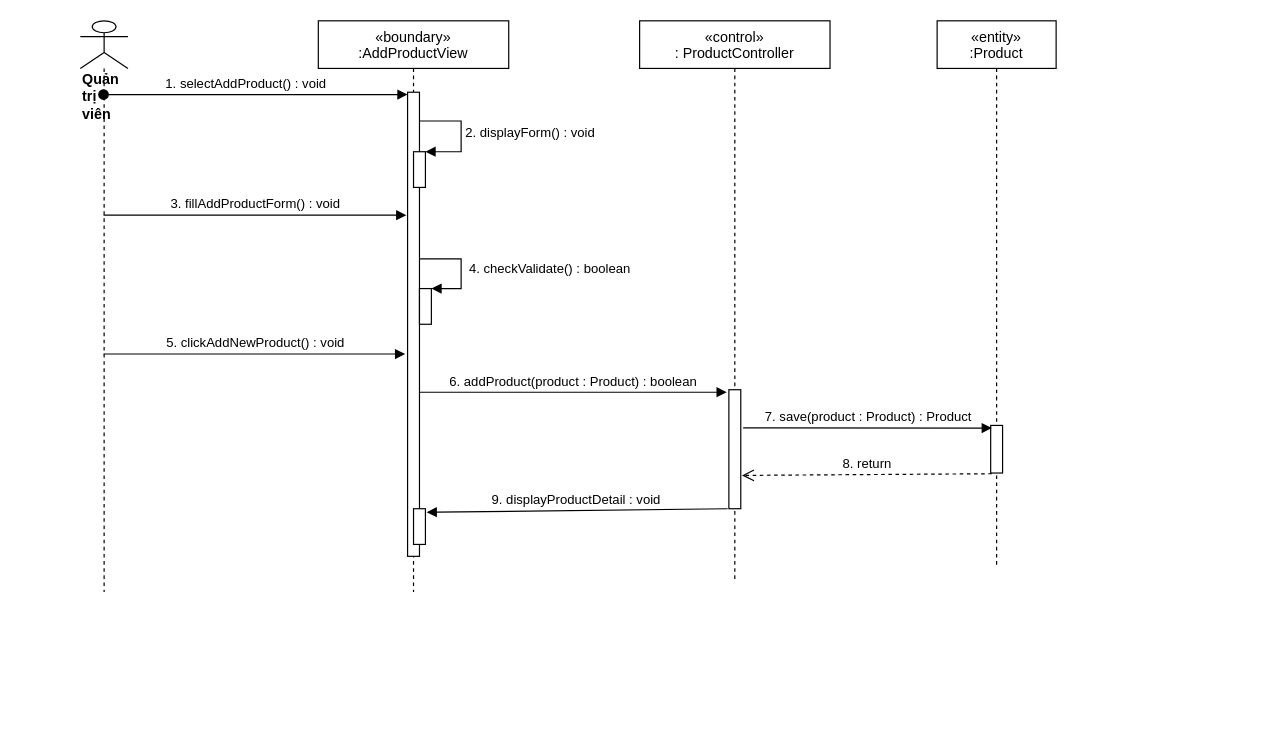
Before: sequence diagram/add-newProduct-sequence.drawio in nguyenphamvan/datn_20202, a draw.io diagram. Source tidied: cells renumbered, new cells numbered last; positions are measured from the earlier drawing's top-left corner, leaving out a move shared by most shapes. Both pictures are drawn from the tidied source at 119%, with x=0, y=0 at pixel (80, 20).
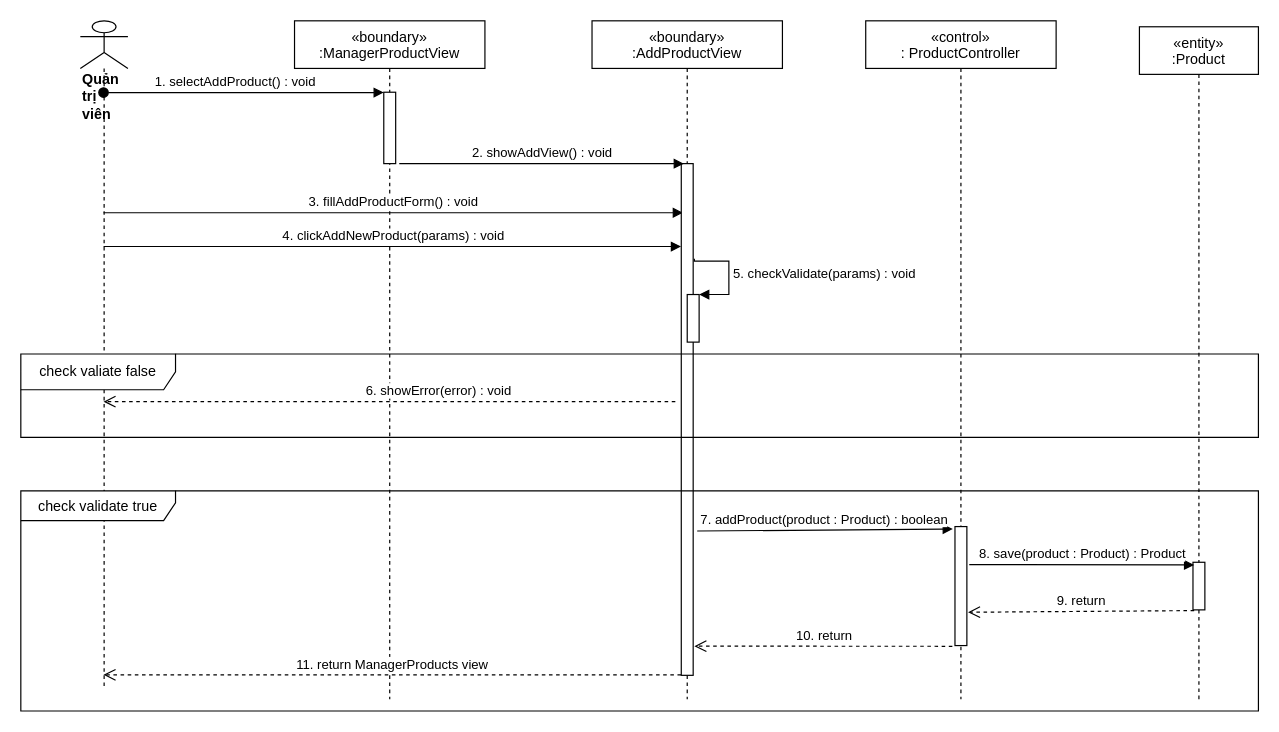
After the change.

The edit, as a diff of the source:
```diff
@@
-    <mxCell id="2" value="«boundary»&#10;:AddProductView" style="shape=umlLifeline;perimeter=lifelinePerimeter;rounded=0;shadow=0;strokeWidth=1;" parent="1" vertex="1">
-      <mxGeometry x="200" width="160" height="480" as="geometry" />
+    <mxCell id="2" value="«boundary»&#10;:ManagerProductView" style="shape=umlLifeline;perimeter=lifelinePerimeter;rounded=0;shadow=0;strokeWidth=1;" parent="1" vertex="1">
+      <mxGeometry x="180" width="160" height="570" as="geometry" />
     </mxCell>
     <mxCell id="3" style="points=[];perimeter=orthogonalPerimeter;rounded=0;shadow=0;strokeWidth=1;" parent="2" vertex="1">
-      <mxGeometry x="75" y="60" width="10" height="390" as="geometry" />
+      <mxGeometry x="75" y="60" width="10" height="60" as="geometry" />
     </mxCell>
     <mxCell id="4" value="«control»&#10;: ProductController" style="shape=umlLifeline;perimeter=lifelinePerimeter;rounded=0;shadow=0;strokeWidth=1;" parent="1" vertex="1">
-      <mxGeometry x="470" width="160" height="470" as="geometry" />
+      <mxGeometry x="660" width="160" height="570" as="geometry" />
     </mxCell>
     <mxCell id="5" value="&lt;div&gt;&lt;b&gt;Quản trị viên&lt;/b&gt;&lt;/div&gt;" style="shape=umlLifeline;participant=umlActor;perimeter=lifelinePerimeter;whiteSpace=wrap;html=1;verticalAlign=top;spacingTop=36;outlineConnect=0;align=left;size=40;" parent="1" vertex="1">
-      <mxGeometry width="40" height="480" as="geometry" />
+      <mxGeometry width="40" height="560" as="geometry" />
     </mxCell>
@@
-    <mxCell id="7" value="9. displayProductDetail : void" style="verticalAlign=bottom;endArrow=block;shadow=0;strokeWidth=1;exitX=-0.1;exitY=1;exitDx=0;exitDy=0;exitPerimeter=0;entryX=1.1;entryY=0.1;entryDx=0;entryDy=0;entryPerimeter=0;" parent="1" edge="1" source="16" target="18">
-      <mxGeometry relative="1" as="geometry" />
-    </mxCell>
     <mxCell id="8" value="«entity»&#10;:Product" style="shape=umlLifeline;perimeter=lifelinePerimeter;rounded=0;shadow=0;strokeWidth=1;" parent="1" vertex="1">
-      <mxGeometry x="720" width="100" height="460" as="geometry" />
+      <mxGeometry x="890" y="5" width="100" height="565" as="geometry" />
     </mxCell>
     <mxCell id="9" style="points=[];perimeter=orthogonalPerimeter;rounded=0;shadow=0;strokeWidth=1;" parent="8" vertex="1">
-      <mxGeometry x="45" y="340" width="10" height="40" as="geometry" />
+      <mxGeometry x="45" y="450" width="10" height="40" as="geometry" />
     </mxCell>
-    <mxCell id="10" value="7. save(product : Product) : Product" style="html=1;verticalAlign=bottom;endArrow=block;entryX=0.1;entryY=0.055;entryDx=0;entryDy=0;entryPerimeter=0;exitX=1.2;exitY=0.32;exitDx=0;exitDy=0;exitPerimeter=0;" parent="1" edge="1" source="16" target="9">
+    <mxCell id="10" value="8. save(product : Product) : Product" style="html=1;verticalAlign=bottom;endArrow=block;entryX=0.1;entryY=0.055;entryDx=0;entryDy=0;entryPerimeter=0;exitX=1.2;exitY=0.32;exitDx=0;exitDy=0;exitPerimeter=0;" parent="1" edge="1" source="16" target="9">
       <mxGeometry relative="1" as="geometry" />
     </mxCell>
-    <mxCell id="11" value="8. return" style="html=1;verticalAlign=bottom;endArrow=open;dashed=1;endSize=8;exitX=0.1;exitY=1.015;exitDx=0;exitDy=0;exitPerimeter=0;entryX=1.1;entryY=0.72;entryDx=0;entryDy=0;entryPerimeter=0;" parent="1" edge="1" source="9" target="16">
+    <mxCell id="11" value="9. return" style="html=1;verticalAlign=bottom;endArrow=open;dashed=1;endSize=8;exitX=0.1;exitY=1.015;exitDx=0;exitDy=0;exitPerimeter=0;entryX=1.1;entryY=0.72;entryDx=0;entryDy=0;entryPerimeter=0;" parent="1" edge="1" source="9" target="16">
       <mxGeometry relative="1" as="geometry" />
     </mxCell>
-    <mxCell id="12" value="3. fillAddProductForm() : void" style="html=1;verticalAlign=bottom;endArrow=block;entryX=-0.1;entryY=0.265;entryDx=0;entryDy=0;entryPerimeter=0;" parent="1" edge="1" source="5" target="3">
+    <mxCell id="12" value="3. fillAddProductForm() : void" style="html=1;verticalAlign=bottom;endArrow=block;entryX=0.14;entryY=0.096;entryDx=0;entryDy=0;entryPerimeter=0;" parent="1" edge="1" source="5" target="22">
       <mxGeometry relative="1" as="geometry" />
     </mxCell>
-    <mxCell id="13" style="html=1;points=[];perimeter=orthogonalPerimeter;" parent="1" vertex="1">
-      <mxGeometry x="285" y="225" width="10" height="30" as="geometry" />
-    </mxCell>
-    <mxCell id="14" value="&amp;nbsp;4. checkValidate() : boolean" style="edgeStyle=orthogonalEdgeStyle;html=1;align=left;spacingLeft=2;endArrow=block;rounded=0;entryX=1;entryY=0;" parent="1" edge="1" source="3" target="13">
-      <mxGeometry relative="1" as="geometry">
-        <Array as="points">
-          <mxPoint x="320" y="200" />
-          <mxPoint x="320" y="225" />
-        </Array>
-      </mxGeometry>
-    </mxCell>
-    <mxCell id="15" value="5. clickAddNewProduct() : void" style="html=1;verticalAlign=bottom;endArrow=block;" parent="1" edge="1" source="5">
-      <mxGeometry relative="1" as="geometry">
-        <mxPoint x="273" y="280" as="targetPoint" />
-      </mxGeometry>
+    <mxCell id="15" value="4. clickAddNewProduct(params) : void" style="html=1;verticalAlign=bottom;endArrow=block;entryX=-0.02;entryY=0.162;entryDx=0;entryDy=0;entryPerimeter=0;" parent="1" edge="1" source="5" target="22">
+      <mxGeometry relative="1" as="geometry" />
     </mxCell>
     <mxCell id="16" style="points=[];perimeter=orthogonalPerimeter;rounded=0;shadow=0;strokeWidth=1;" parent="1" vertex="1">
-      <mxGeometry x="545" y="310" width="10" height="100" as="geometry" />
+      <mxGeometry x="735" y="425" width="10" height="100" as="geometry" />
     </mxCell>
-    <mxCell id="17" value="6. addProduct(product : Product) : boolean" style="html=1;verticalAlign=bottom;endArrow=block;entryX=-0.18;entryY=0.021;entryDx=0;entryDy=0;entryPerimeter=0;" parent="1" edge="1" source="3" target="16">
+    <mxCell id="17" value="7. addProduct(product : Product) : boolean" style="html=1;verticalAlign=bottom;endArrow=block;entryX=-0.18;entryY=0.021;entryDx=0;entryDy=0;entryPerimeter=0;exitX=1.34;exitY=0.718;exitDx=0;exitDy=0;exitPerimeter=0;" parent="1" edge="1" source="22" target="16">
       <mxGeometry relative="1" as="geometry" />
     </mxCell>
-    <mxCell id="18" style="html=1;points=[];perimeter=orthogonalPerimeter;" parent="1" vertex="1">
-      <mxGeometry x="280" y="410" width="10" height="30" as="geometry" />
-    </mxCell>
-    <mxCell id="19" style="html=1;points=[];perimeter=orthogonalPerimeter;" parent="1" vertex="1">
-      <mxGeometry x="280" y="110" width="10" height="30" as="geometry" />
-    </mxCell>
-    <mxCell id="20" value="2. displayForm() : void" style="edgeStyle=orthogonalEdgeStyle;html=1;align=left;spacingLeft=2;endArrow=block;rounded=0;entryX=1;entryY=0;exitX=1;exitY=0.062;exitDx=0;exitDy=0;exitPerimeter=0;" parent="1" edge="1" source="3" target="19">
-      <mxGeometry relative="1" as="geometry">
-        <Array as="points">
-          <mxPoint x="320" y="84" />
-          <mxPoint x="320" y="110" />
-        </Array>
-      </mxGeometry>
-    </mxCell>
+    <mxCell id="21" value="«boundary»&#10;:AddProductView" style="shape=umlLifeline;perimeter=lifelinePerimeter;rounded=0;shadow=0;strokeWidth=1;" parent="1" vertex="1">
+      <mxGeometry x="430" width="160" height="570" as="geometry" />
+    </mxCell>
+    <mxCell id="22" style="points=[];perimeter=orthogonalPerimeter;rounded=0;shadow=0;strokeWidth=1;" parent="21" vertex="1">
+      <mxGeometry x="75" y="120" width="10" height="430" as="geometry" />
+    </mxCell>
+    <mxCell id="23" value="2. showAddView() : void" style="html=1;verticalAlign=bottom;endArrow=block;exitX=1.3;exitY=1;exitDx=0;exitDy=0;exitPerimeter=0;entryX=0.22;entryY=0;entryDx=0;entryDy=0;entryPerimeter=0;" parent="1" edge="1" source="3" target="22">
+      <mxGeometry relative="1" as="geometry" />
+    </mxCell>
+    <mxCell id="24" style="html=1;points=[];perimeter=orthogonalPerimeter;" parent="1" vertex="1">
+      <mxGeometry x="510" y="230" width="10" height="40" as="geometry" />
+    </mxCell>
+    <mxCell id="25" value="5. checkValidate(params) : void" style="edgeStyle=orthogonalEdgeStyle;html=1;align=left;spacingLeft=2;endArrow=block;rounded=0;entryX=1;entryY=0;exitX=1.1;exitY=0.186;exitDx=0;exitDy=0;exitPerimeter=0;" parent="1" edge="1" source="22" target="24">
+      <mxGeometry relative="1" as="geometry">
+        <Array as="points">
+          <mxPoint x="516" y="202" />
+          <mxPoint x="545" y="202" />
+          <mxPoint x="545" y="230" />
+        </Array>
+      </mxGeometry>
+    </mxCell>
+    <mxCell id="26" value="6. showError(error) : void" style="html=1;verticalAlign=bottom;endArrow=open;dashed=1;endSize=8;" parent="1" edge="1" target="5">
+      <mxGeometry x="-0.17" relative="1" as="geometry">
+        <mxPoint x="500" y="320" as="sourcePoint" />
+      </mxGeometry>
+    </mxCell>
+    <mxCell id="27" value="check valiate false" style="shape=umlFrame;whiteSpace=wrap;html=1;width=130;height=30;" parent="1" vertex="1">
+      <mxGeometry x="-50" y="280" width="1040" height="70" as="geometry" />
+    </mxCell>
+    <mxCell id="28" value="11. return ManagerProducts view" style="html=1;verticalAlign=bottom;endArrow=open;dashed=1;endSize=8;exitX=-0.02;exitY=0.999;exitDx=0;exitDy=0;exitPerimeter=0;" parent="1" edge="1" source="22" target="5">
+      <mxGeometry relative="1" as="geometry" />
+    </mxCell>
+    <mxCell id="29" value="10. return" style="html=1;verticalAlign=bottom;endArrow=open;dashed=1;endSize=8;exitX=-0.22;exitY=1.006;exitDx=0;exitDy=0;exitPerimeter=0;entryX=1.1;entryY=0.943;entryDx=0;entryDy=0;entryPerimeter=0;" parent="1" edge="1" source="16" target="22">
+      <mxGeometry relative="1" as="geometry" />
+    </mxCell>
+    <mxCell id="30" value="check validate true" style="shape=umlFrame;whiteSpace=wrap;html=1;width=130;height=25;" parent="1" vertex="1">
+      <mxGeometry x="-50" y="395" width="1040" height="185" as="geometry" />
+    </mxCell>
```
